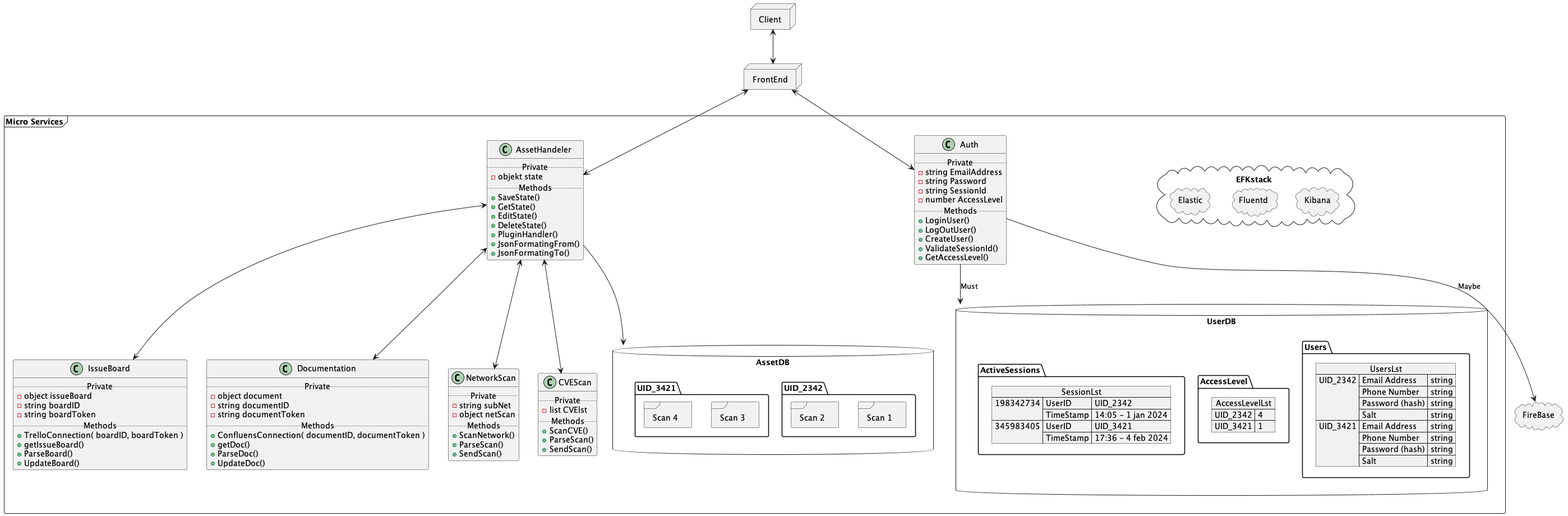
The PlantUML diagram Template Struktures/MicroServices.png in 2O26/asset-inventory, before a commit.
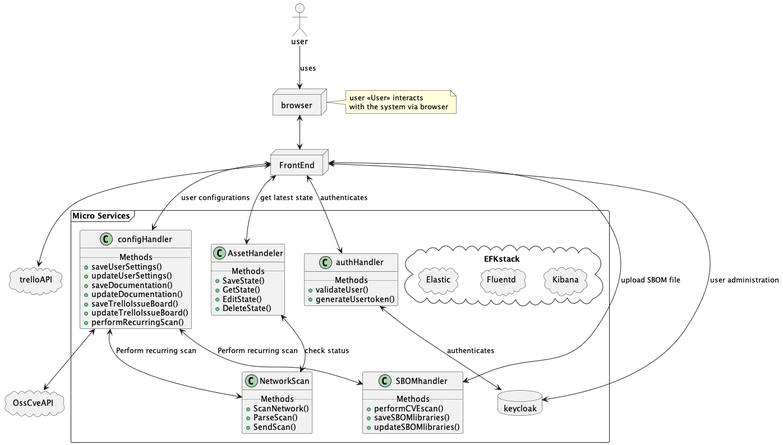
The same diagram one commit later.

Commit message:
There is now a solution on how to run the cypress tests inside the pipline, though this is not enableed right now. (#183)

What changed in the source:
```diff
@@ -1,159 +1,98 @@
 @startuml "MicroServices"
 allow_mixing
 
-node Client
-
+node browser
 node FrontEnd
 
-
-cloud FireBase
-
 frame "Micro Services" {
-  class Auth {
-    ..Private..
-    - string EmailAddress
-    - string Password
-    - string SessionId
-    - number AccessLevel
-    ..Methods..
-    + LoginUser()
-    + LogOutUser()
-    + CreateUser()
-    + ValidateSessionId()
-    + GetAccessLevel()
-  }
 
   class AssetHandeler {
-    ..Private..
-    - objekt state
     ..Methods..
     + SaveState()
     + GetState()
     + EditState()
     + DeleteState()
-    + PluginHandler()
-    + JsonFormatingFrom()
-    + JsonFormatingTo()
   }
 
   class NetworkScan {
-    ..Private..
-    - string subNet
-    - object netScan
     ..Methods..
     + ScanNetwork()
     + ParseScan()
     + SendScan()
   }
 
-  class CVEScan {
-    ..Private..
-    - list CVElst
+  class SBOMhandler {
     ..Methods..
-    + ScanCVE()
-    + ParseScan()
-    + SendScan()
+    + performCVEscan()
+    + saveSBOMlibraries()
+    + updateSBOMlibraries()
   }
 
-  class IssueBoard {
-    ..Private..
-    - object issueBoard
-    - string boardID
-    - string boardToken
-    ..Methods..
-    + TrelloConnection( boardID, boardToken )
-    + getIssueBoard()
-    + ParseBoard()
-    + UpdateBoard()
+  class configHandler {
+  ..Methods..
+    + saveUserSettings()
+    + updateUserSettings()
+    + saveDocumentation()
+    + updateDocumentation()
+    + saveTrelloIssueBoard()
+    + updateTrelloIssueBoard()
+    + performRecurringScan()
   }
 
-  class Documentation {
-    ..Private..
-    - object document
-    - string documentID
-    - string documentToken
+  class authHandler {
     ..Methods..
-    + ConfluensConnection( documentID, documentToken )
-    + getDoc()
-    + ParseDoc()
-    + UpdateDoc()
+    + validateUser()
+    + generateUsertoken()
+  }
+
+  database keycloak {
+
   }
 
   cloud EFKstack {
     cloud Kibana {
 
     }
-
     cloud Fluentd {
 
     }
-
     cloud Elastic {
 
-    }
-
-  }
-
-  database UserDB {
-    folder Users {
-        json UsersLst {
-          "UID_2342": {
-            "Email Address" : "string",
-            "Phone Number" : "string",
-            "Password (hash)" : "string",
-            "Salt" : "string"
-          }
-          ,
-          "UID_3421" : {
-            "Email Address" : "string",
-            "Phone Number" : "string",
-            "Password (hash)" : "string",
-            "Salt" : "string"
-          }
-        }
-    }
-
-    folder AccessLevel {
-      json AccessLevelLst {
-        "UID_2342": "4",
-        "UID_3421": "1"
-      }
-
-    }
-
-    folder ActiveSessions {
-      json SessionLst {
-        "198342734": {"UserID": "UID_2342", "TimeStamp": "14:05 - 1 jan 2024"},
-        "345983405": {"UserID": "UID_3421", "TimeStamp": "17:36 - 4 feb 2024"}
-      }
-
-    }
-  }
-
-  database AssetDB {
-    folder UID_2342 {
-      frame "Scan 1"
-      frame "Scan 2"
-    }
-    folder UID_3421 {
-      frame "Scan 3"
-      frame "Scan 4"
     }
   }
 }
 
+cloud trelloAPI {
 
-Client <--> FrontEnd
-FrontEnd <--> AssetHandeler
-FrontEnd <--> Auth
-AssetHandeler <--> NetworkScan
-AssetHandeler <--> CVEScan
-AssetHandeler <--> IssueBoard
-AssetHandeler <--> Documentation
-Auth --> UserDB: Must
-Auth --> FireBase: Maybe
-AssetHandeler --> AssetDB
+}
 
+cloud OssCveAPI {
+
+}
+
+actor user
+user --> browser : uses
+note right of browser
+    user <<User>> interacts
+    with the system via browser
+end note
+
+browser <--> FrontEnd
+FrontEnd <--> AssetHandeler : get latest state
+FrontEnd <--> keycloak : user administration
+FrontEnd <--> configHandler : user configurations
+FrontEnd <--> trelloAPI
+FrontEnd <--> SBOMhandler : upload SBOM file
+FrontEnd <--> authHandler : authenticates
+
+authHandler <--> keycloak : authenticates
+
+configHandler <--> NetworkScan : Perform recurring scan
+configHandler <--> SBOMhandler : Perform recurring scan
+
+AssetHandeler <--> NetworkScan : check status
+
+configHandler <--> OssCveAPI
 
 
 
```
